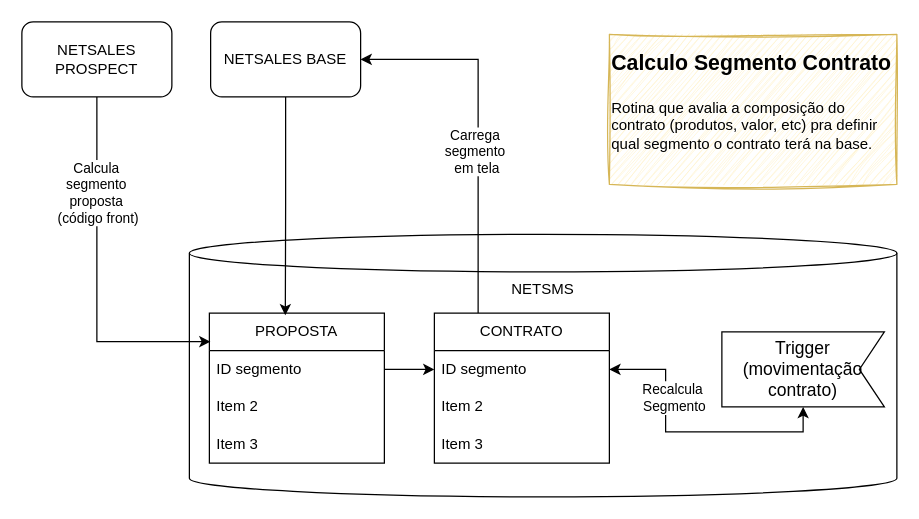
Earlier version of the draw.io diagram Segmentação Contrato Corporativo.drawio (samirali/ClaroBrasil). Source tidied: cells renumbered, new cells numbered last; positions are measured from the earlier drawing's top-left corner, leaving out a move shared by most shapes. Both pictures are drawn from the tidied source at 125%, with x=0, y=0 at pixel (21, 21).
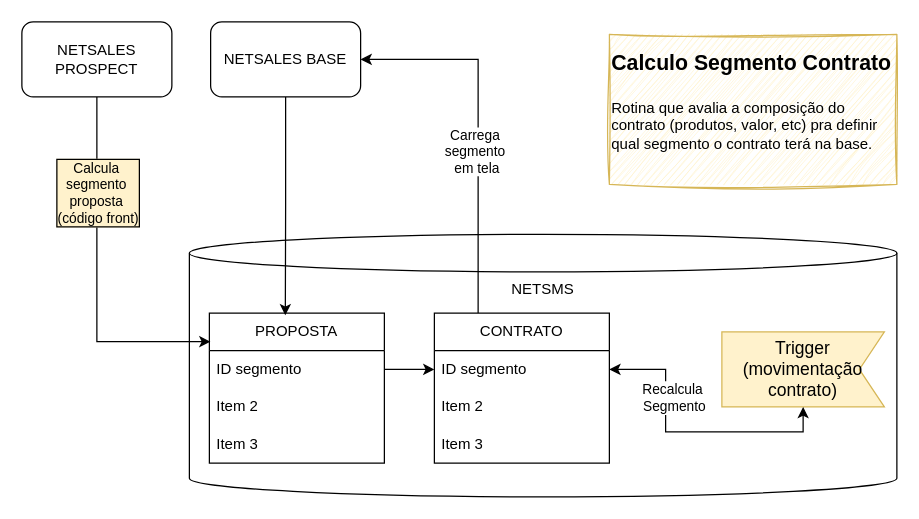
The same page after the edit.

Unchanged cells that the change refers to:
```xml
<mxCell id="14" style="edgeStyle=orthogonalEdgeStyle;rounded=0;jettySize=auto;html=1;entryX=0.006;entryY=0.19;entryDx=0;entryDy=0;exitX=0.5;exitY=1;exitDx=0;exitDy=0;entryPerimeter=0;" parent="1" edge="1" source="3" target="6">
  <mxGeometry relative="1" as="geometry" />
</mxCell>
```

The edit, as a diff of the source:
```diff
@@
-    <mxCell id="15" value="Calcula&amp;nbsp;&lt;div&gt;segmento&amp;nbsp;&lt;/div&gt;&lt;div&gt;proposta&amp;nbsp;&lt;/div&gt;&lt;div&gt;(código front)&lt;/div&gt;" style="edgeLabel;html=1;align=center;verticalAlign=middle;" parent="14" vertex="1">
+    <mxCell id="15" value="Calcula&amp;nbsp;&lt;div&gt;segmento&amp;nbsp;&lt;/div&gt;&lt;div&gt;proposta&amp;nbsp;&lt;/div&gt;&lt;div&gt;(código front)&lt;/div&gt;" style="edgeLabel;html=1;align=center;verticalAlign=middle;labelBackgroundColor=#FFF2CC;labelBorderColor=default;" parent="14" vertex="1">
       <mxGeometry x="-0.05" y="4" relative="1" as="geometry">
         <mxPoint x="-4" y="-60" as="offset" />
       </mxGeometry>
     </mxCell>
@@
-    <mxCell id="18" value="Trigger (movimentação contrato)" style="html=1;shape=mxgraph.infographic.ribbonSimple;notch1=20;notch2=0;align=center;verticalAlign=middle;fontSize=14;fontStyle=0;flipH=1;fillColor=#FFFFFF;whiteSpace=wrap;" parent="1" vertex="1">
+    <mxCell id="18" value="Trigger (movimentação contrato)" style="html=1;shape=mxgraph.infographic.ribbonSimple;notch1=20;notch2=0;align=center;verticalAlign=middle;fontSize=14;fontStyle=0;flipH=1;fillColor=#fff2cc;whiteSpace=wrap;strokeColor=#d6b656;" parent="1" vertex="1">
       <mxGeometry x="560" y="248" width="130" height="60" as="geometry" />
     </mxCell>
```
